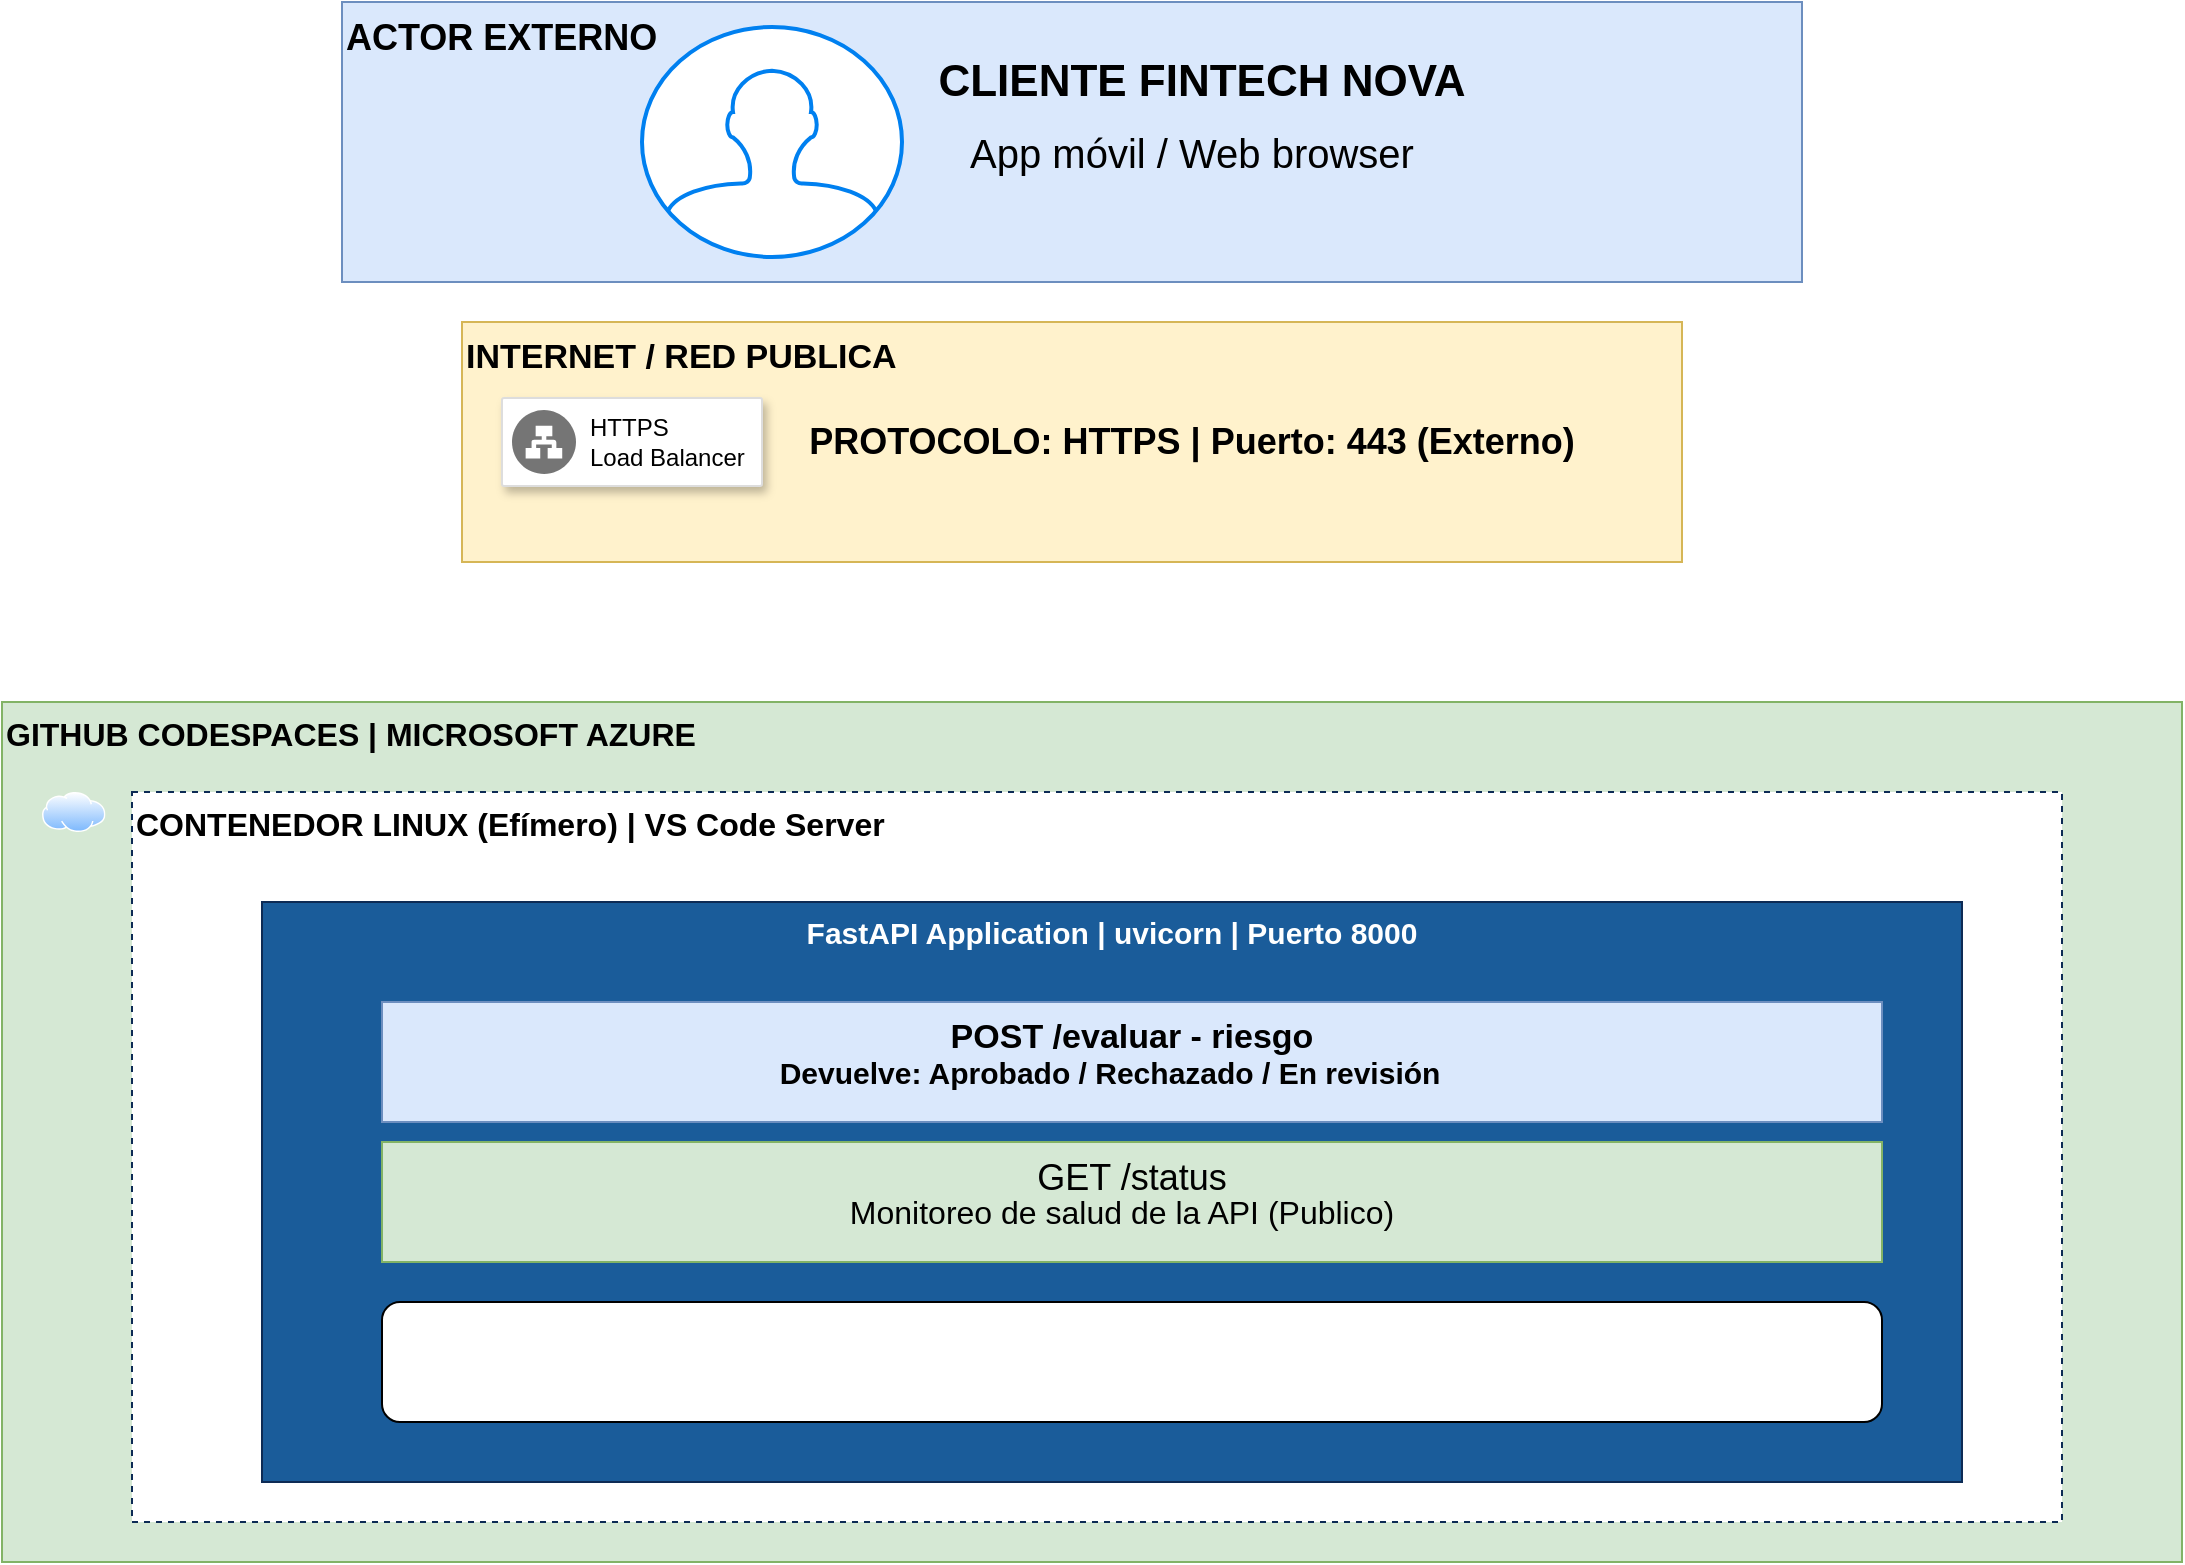
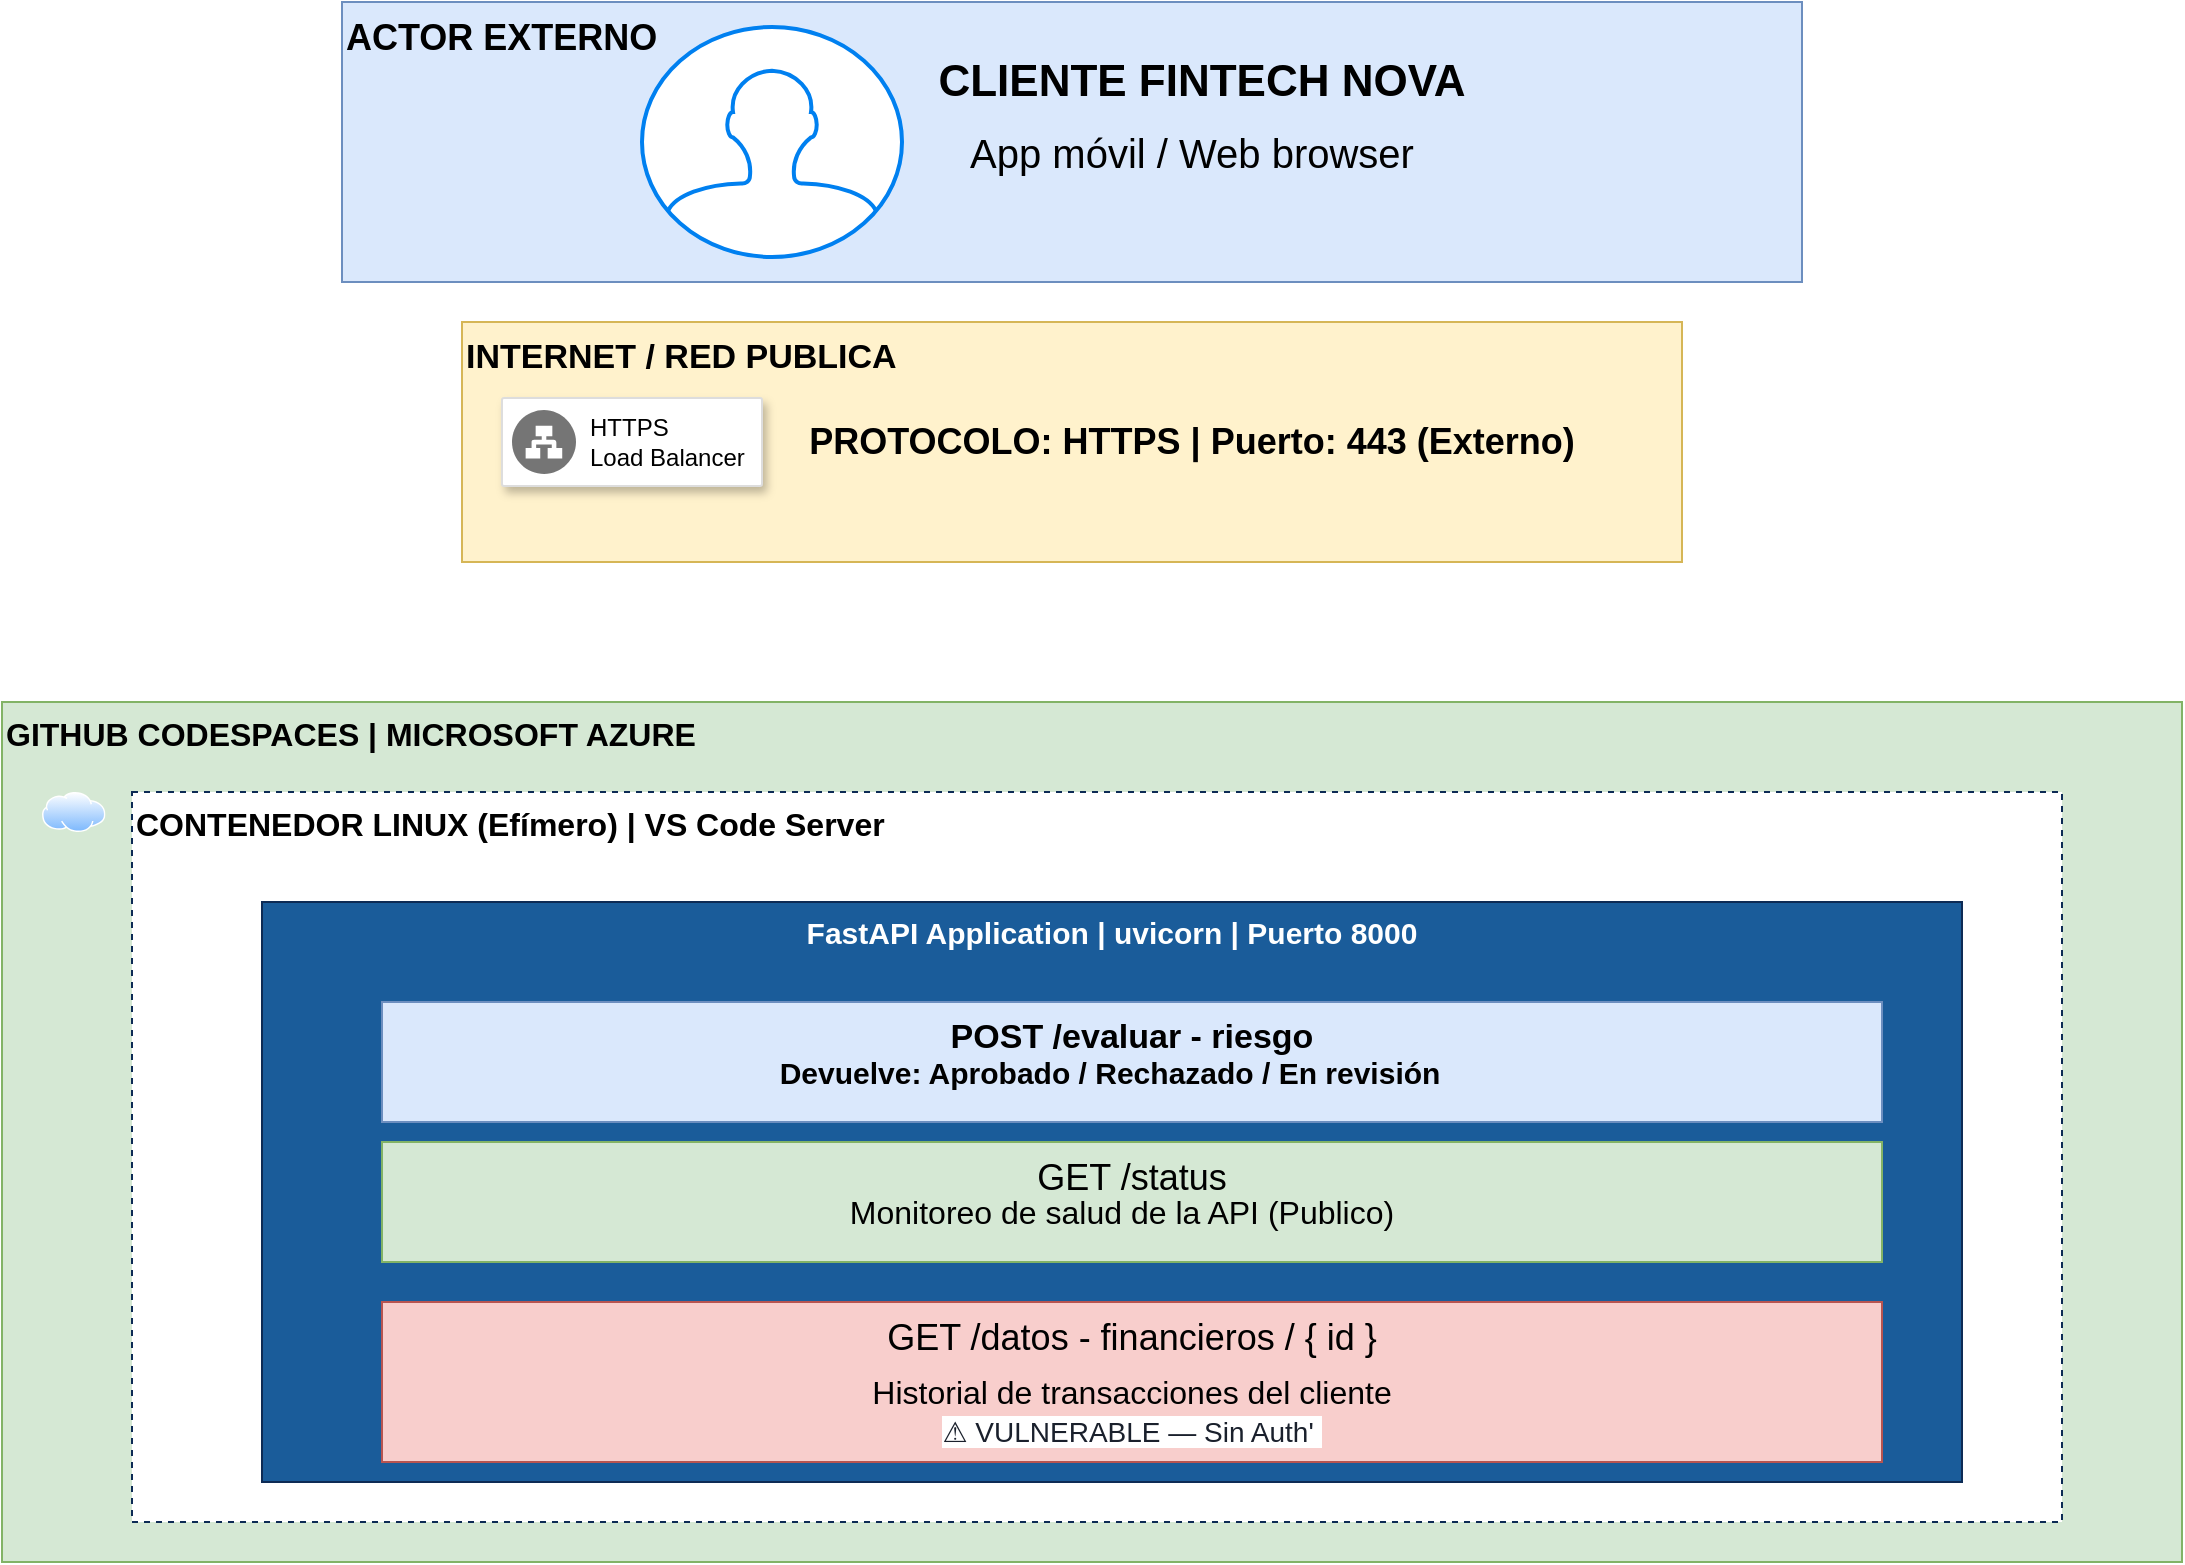
<mxfile host="app.diagrams.net">
  <diagram name="Página-1" id="2bYSpyA3Dfak7f0DMBfR">
    <mxGraphModel dx="1152" dy="1323" grid="1" gridSize="10" guides="1" tooltips="1" connect="1" arrows="1" fold="1" page="1" pageScale="1" pageWidth="1169" pageHeight="827" math="0" shadow="0">
      <root>
        <mxCell id="0" />
        <mxCell id="1" parent="0" />
        <mxCell id="TyJ0rt2JkgR6ljCwjSKc-2" parent="1" style="fillColor=#dae8fc;strokeColor=#6c8ebf;fontSize=18;fontStyle=1;align=left;verticalAlign=top;" value="ACTOR EXTERNO" vertex="1">
          <mxGeometry height="140" width="730" x="220" y="30" as="geometry" />
        </mxCell>
        <mxCell id="TyJ0rt2JkgR6ljCwjSKc-3" parent="1" style="fillColor=#fff2cc;strokeColor=#d6b656;fontSize=17;fontStyle=1;align=left;verticalAlign=top;" value="INTERNET / RED PUBLICA" vertex="1">
          <mxGeometry height="120" width="610" x="280" y="190" as="geometry" />
        </mxCell>
        <mxCell id="TyJ0rt2JkgR6ljCwjSKc-4" parent="1" style="fillColor=#d5e8d4;strokeColor=#82b366;fontSize=16;fontStyle=1;align=left;verticalAlign=top;" value="GITHUB CODESPACES | MICROSOFT AZURE" vertex="1">
          <mxGeometry height="430" width="1090" x="50" y="380" as="geometry" />
        </mxCell>
        <mxCell id="TyJ0rt2JkgR6ljCwjSKc-5" parent="1" style="html=1;verticalLabelPosition=bottom;align=center;labelBackgroundColor=#ffffff;verticalAlign=top;strokeWidth=2;strokeColor=#0080F0;shadow=0;dashed=0;shape=mxgraph.ios7.icons.user;" value="" vertex="1">
          <mxGeometry height="115" width="130" x="370" y="42.5" as="geometry" />
        </mxCell>
        <mxCell id="TyJ0rt2JkgR6ljCwjSKc-8" parent="1" style="text;html=1;whiteSpace=wrap;strokeColor=none;fillColor=none;align=center;verticalAlign=middle;rounded=0;fontSize=16;" value="&lt;font style=&quot;font-size: 22px;&quot;&gt;&lt;b&gt;CLIENTE FINTECH NOVA&lt;/b&gt;&lt;/font&gt;" vertex="1">
          <mxGeometry height="40" width="400" x="450" y="50" as="geometry" />
        </mxCell>
        <mxCell id="TyJ0rt2JkgR6ljCwjSKc-9" parent="1" style="text;html=1;whiteSpace=wrap;strokeColor=none;fillColor=none;align=center;verticalAlign=middle;rounded=0;fontSize=16;" value="&lt;font style=&quot;font-size: 20px; color: light-dark(rgb(0, 0, 0), rgb(156, 156, 156));&quot;&gt;App móvil / Web browser&lt;/font&gt;" vertex="1">
          <mxGeometry height="30" width="240" x="525" y="90" as="geometry" />
        </mxCell>
        <mxCell id="TyJ0rt2JkgR6ljCwjSKc-10" parent="1" style="text;html=1;whiteSpace=wrap;strokeColor=none;fillColor=none;align=center;verticalAlign=middle;rounded=0;fontSize=16;" value="&lt;b&gt;&lt;font style=&quot;font-size: 18px;&quot;&gt;PROTOCOLO: HTTPS | Puerto: 443 (Externo)&lt;/font&gt;&lt;/b&gt;" vertex="1">
          <mxGeometry height="15" width="390" x="450" y="242.5" as="geometry" />
        </mxCell>
        <mxCell id="TyJ0rt2JkgR6ljCwjSKc-12" parent="1" style="strokeColor=#dddddd;fillColor=#FFFFFF;shadow=1;strokeWidth=1;rounded=1;absoluteArcSize=1;arcSize=2;" value="" vertex="1">
          <mxGeometry height="44" width="130" x="300" y="228" as="geometry" />
        </mxCell>
        <mxCell id="TyJ0rt2JkgR6ljCwjSKc-13" parent="TyJ0rt2JkgR6ljCwjSKc-12" style="sketch=0;dashed=0;connectable=0;html=1;fillColor=#757575;strokeColor=none;shape=mxgraph.gcp2.network_load_balancer;part=1;labelPosition=right;verticalLabelPosition=middle;align=left;verticalAlign=middle;spacingLeft=5;fontSize=12;" value="HTTPS&#xa;Load Balancer" vertex="1">
          <mxGeometry height="32" relative="1" width="32" y="0.5" as="geometry">
            <mxPoint x="5" y="-16" as="offset" />
          </mxGeometry>
        </mxCell>
        <mxCell id="TyJ0rt2JkgR6ljCwjSKc-14" parent="1" style="fillColor=#ffffff;strokeColor=#0D2B55;dashed=1;align=left;verticalAlign=top;fontSize=16;fontStyle=1" value="CONTENEDOR LINUX (Efímero) | VS Code Server" vertex="1">
          <mxGeometry height="365" width="965" x="115" y="425" as="geometry" />
        </mxCell>
        <mxCell id="TyJ0rt2JkgR6ljCwjSKc-15" parent="1" style="image;aspect=fixed;perimeter=ellipsePerimeter;html=1;align=center;shadow=0;dashed=0;spacingTop=3;image=img/lib/active_directory/internet_cloud.svg;" value="" vertex="1">
          <mxGeometry height="20" width="31.75" x="70" y="425" as="geometry" />
        </mxCell>
        <mxCell id="TyJ0rt2JkgR6ljCwjSKc-18" parent="1" style="fillColor=#1A5C9A;fontColor=#ffffff;strokeColor=#0D2B55;verticalAlign=top;fontSize=15;fontStyle=1" value="FastAPI Application | uvicorn | Puerto 8000" vertex="1">
          <mxGeometry height="290" width="850" x="180" y="480" as="geometry" />
        </mxCell>
        <mxCell id="TyJ0rt2JkgR6ljCwjSKc-20" parent="1" style="fillColor=#dae8fc;strokeColor=#6c8ebf;fontStyle=1;fontSize=17;verticalAlign=top;" value="POST /evaluar - riesgo&#xa;" vertex="1">
          <mxGeometry height="60" width="750" x="240" y="530" as="geometry" />
        </mxCell>
        <mxCell id="TyJ0rt2JkgR6ljCwjSKc-21" parent="1" style="fillColor=#d5e8d4;strokeColor=#82b366;verticalAlign=top;fontSize=18;" value="GET /status" vertex="1">
          <mxGeometry height="60" width="750" x="240" y="600" as="geometry" />
        </mxCell>
-         <mxCell id="TyJ0rt2JkgR6ljCwjSKc-22" parent="1" style="rounded=1;whiteSpace=wrap;html=1;" value="" vertex="1">
-           <mxGeometry height="60" width="750" x="240" y="680" as="geometry" />
+         <mxCell id="TyJ0rt2JkgR6ljCwjSKc-22" parent="1" style="fillColor=#f8cecc;strokeColor=#b85450;verticalAlign=top;fontSize=18;" value="GET /datos - financieros / { id }" vertex="1">
+           <mxGeometry height="80" width="750" x="240" y="680" as="geometry" />
        </mxCell>
        <mxCell id="TyJ0rt2JkgR6ljCwjSKc-23" parent="1" style="text;html=1;whiteSpace=wrap;strokeColor=none;fillColor=none;align=center;verticalAlign=middle;rounded=0;fontSize=16;" value="&lt;span style=&quot;font-size: 15px; font-weight: 700; white-space: nowrap;&quot;&gt;&lt;font style=&quot;color: light-dark(rgb(0, 0, 0), rgb(156, 156, 156));&quot;&gt;Devuelve: Aprobado / Rechazado / En revisión&lt;/font&gt;&lt;/span&gt;" vertex="1">
          <mxGeometry height="30" width="48" x="580" y="550" as="geometry" />
        </mxCell>
        <mxCell id="TyJ0rt2JkgR6ljCwjSKc-25" parent="1" style="text;html=1;whiteSpace=wrap;strokeColor=none;fillColor=none;align=center;verticalAlign=middle;rounded=0;fontSize=16;" value="&lt;font style=&quot;color: light-dark(rgb(0, 0, 0), rgb(156, 156, 156));&quot;&gt;Monitoreo de salud de la API (Publico)&lt;/font&gt;" vertex="1">
          <mxGeometry height="30" width="280" x="470" y="620" as="geometry" />
        </mxCell>
+         <mxCell id="TyJ0rt2JkgR6ljCwjSKc-26" parent="1" style="text;html=1;whiteSpace=wrap;strokeColor=none;fillColor=none;align=center;verticalAlign=middle;rounded=0;fontSize=16;" value="&lt;font style=&quot;color: light-dark(rgb(0, 0, 0), rgb(156, 156, 156));&quot;&gt;Historial de transacciones del cliente&lt;/font&gt;&lt;div&gt;&lt;span data-contrast=&quot;none&quot; lang=&quot;EN-US&quot; class=&quot;TextRun SCXW103896375 BCX0&quot; style=&quot;-webkit-user-drag: none; -webkit-tap-highlight-color: transparent; margin: 0px; padding: 0px; user-select: text; text-align: left; background-color: rgb(255, 255, 255); color: rgb(26, 32, 44); font-size: 10.5pt; line-height: 18.3458px; font-family: Calibri, Calibri_EmbeddedFont, Calibri_MSFontService, sans-serif; font-variant-ligatures: none !important;&quot;&gt;&lt;span class=&quot;NormalTextRun SCXW103896375 BCX0&quot; style=&quot;-webkit-user-drag: none; -webkit-tap-highlight-color: transparent; margin: 0px; padding: 0px; user-select: text;&quot;&gt;⚠ VULNERABLE — Sin Auth&#39;&lt;/span&gt;&lt;/span&gt;&lt;span class=&quot;EOP SCXW103896375 BCX0&quot; data-ccp-props=&quot;{&amp;quot;335559738&amp;quot;:30,&amp;quot;335559739&amp;quot;:38}&quot; style=&quot;-webkit-user-drag: none; -webkit-tap-highlight-color: transparent; margin: 0px; padding: 0px; user-select: text; text-align: left; background-color: rgb(255, 255, 255); font-size: 10.5pt; line-height: 18.3458px; font-family: Calibri, Calibri_EmbeddedFont, Calibri_MSFontService, sans-serif; color: rgb(26, 32, 44);&quot;&gt;&amp;nbsp;&lt;/span&gt;&lt;/div&gt;" vertex="1">
+           <mxGeometry height="30" width="390" x="420" y="720" as="geometry" />
+         </mxCell>
      </root>
    </mxGraphModel>
  </diagram>
</mxfile>
